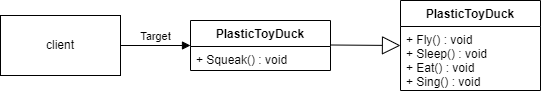
Above: 12/naive.png in TungAlter/team12-hcmus-research-project (draw.io), before the change. Source tidied: cells renumbered, new cells last; positions are measured from the earlier drawing's top-left corner, leaving out a move shared by most shapes. Its diagram source:
```xml
<mxGraphModel>
  <root>
    <mxCell id="0" />
    <mxCell id="1" parent="0" />
    <mxCell id="2" value="client" style="rounded=0;whiteSpace=wrap;html=1;" parent="1" vertex="1">
      <mxGeometry y="15" width="120" height="60" as="geometry" />
    </mxCell>
    <mxCell id="3" value="Target" style="html=1;verticalAlign=bottom;endArrow=block;rounded=0;exitX=1;exitY=0.5;exitDx=0;exitDy=0;" parent="1" edge="1" source="2">
      <mxGeometry relative="1" as="geometry">
        <mxPoint x="190" y="45" as="targetPoint" />
      </mxGeometry>
    </mxCell>
    <mxCell id="4" value="PlasticToyDuck" style="swimlane;fontStyle=1;horizontal=1;startSize=26;fillColor=none;" parent="1" vertex="1">
      <mxGeometry x="190" y="20" width="140" height="50" as="geometry" />
    </mxCell>
    <mxCell id="5" value="+ Squeak() : void" style="text;strokeColor=none;fillColor=none;align=left;verticalAlign=top;spacingLeft=4;spacingRight=4;overflow=hidden;" parent="4" vertex="1">
      <mxGeometry y="26" width="140" height="24" as="geometry" />
    </mxCell>
    <mxCell id="6" value="PlasticToyDuck" style="swimlane;fontStyle=1;horizontal=1;startSize=26;fillColor=none;" parent="1" vertex="1">
      <mxGeometry x="400" width="140" height="90" as="geometry" />
    </mxCell>
    <mxCell id="7" value="+ Fly() : void&#10;+ Sleep() : void&#10;+ Eat() : void&#10;+ Sing() : void" style="text;strokeColor=none;fillColor=none;align=left;verticalAlign=top;spacingLeft=4;spacingRight=4;overflow=hidden;" parent="6" vertex="1">
      <mxGeometry y="26" width="140" height="64" as="geometry" />
    </mxCell>
    <mxCell id="8" style="endArrow=block;endSize=16;endFill=0;html=1;rounded=0;" parent="1" edge="1">
      <mxGeometry x="0.19" relative="1" as="geometry">
        <mxPoint x="330" y="44.5" as="sourcePoint" />
        <mxPoint x="400" y="45" as="targetPoint" />
      </mxGeometry>
    </mxCell>
  </root>
</mxGraphModel>
```
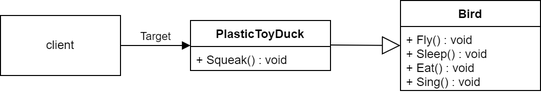
After the commit.

The edit, as a diff of the source:
```diff
@@ -16,17 +16,17 @@
     <mxCell id="5" value="+ Squeak() : void" style="text;strokeColor=none;fillColor=none;align=left;verticalAlign=top;spacingLeft=4;spacingRight=4;overflow=hidden;" parent="4" vertex="1">
       <mxGeometry y="26" width="140" height="24" as="geometry" />
     </mxCell>
-    <mxCell id="6" value="PlasticToyDuck" style="swimlane;fontStyle=1;horizontal=1;startSize=26;fillColor=none;" parent="1" vertex="1">
-      <mxGeometry x="400" width="140" height="90" as="geometry" />
-    </mxCell>
+    <mxCell id="9" value="Bird" style="swimlane;fontStyle=1;horizontal=1;startSize=26;fillColor=none;" parent="1" vertex="1">
+      <mxGeometry x="400" width="140" height="90" as="geometry" />
+    </mxCell>
-    <mxCell id="7" value="+ Fly() : void&#10;+ Sleep() : void&#10;+ Eat() : void&#10;+ Sing() : void" style="text;strokeColor=none;fillColor=none;align=left;verticalAlign=top;spacingLeft=4;spacingRight=4;overflow=hidden;" parent="6" vertex="1">
+    <mxCell id="7" value="+ Fly() : void&#10;+ Sleep() : void&#10;+ Eat() : void&#10;+ Sing() : void" style="text;strokeColor=none;fillColor=none;align=left;verticalAlign=top;spacingLeft=4;spacingRight=4;overflow=hidden;" parent="9" vertex="1">
       <mxGeometry y="26" width="140" height="64" as="geometry" />
     </mxCell>
-    <mxCell id="8" style="endArrow=block;endSize=16;endFill=0;html=1;rounded=0;" parent="1" edge="1">
-      <mxGeometry x="0.19" relative="1" as="geometry">
-        <mxPoint x="330" y="44.5" as="sourcePoint" />
-        <mxPoint x="400" y="45" as="targetPoint" />
-      </mxGeometry>
-    </mxCell>
+    <mxCell id="10" style="endArrow=block;endSize=16;endFill=0;html=1;rounded=0;" parent="1" edge="1">
+      <mxGeometry x="0.19" relative="1" as="geometry">
+        <mxPoint x="330" y="44.5" as="sourcePoint" />
+        <mxPoint x="400" y="45" as="targetPoint" />
+      </mxGeometry>
+    </mxCell>
   </root>
 </mxGraphModel>
```
